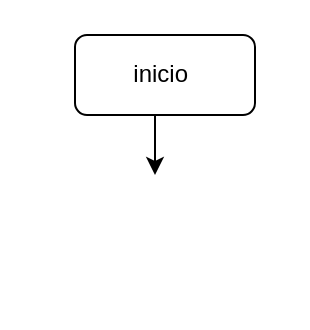
Before: Untitled Diagram.drawio in edgarcaballeroh/clase2, a draw.io diagram. Source tidied: cells renumbered, new cells numbered last; positions are measured from the earlier drawing's top-left corner, leaving out a move shared by most shapes. Both pictures are drawn from the tidied source at 200%, with x=0, y=0 at pixel (74, 34).
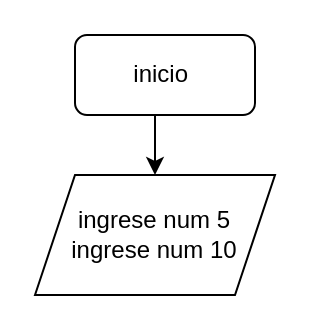
After the change.

Change to the diagram source:
```diff
@@
 <mxGraphModel>
   <root>
     <mxCell id="0" />
     <mxCell id="1" parent="0" />
     <mxCell id="2" value="inicio&amp;nbsp;" style="rounded=1;whiteSpace=wrap;html=1;" parent="1" vertex="1">
       <mxGeometry width="90" height="40" as="geometry" />
     </mxCell>
     <mxCell id="3" style="endArrow=classic;html=1;" parent="1" edge="1">
       <mxGeometry relative="1" as="geometry">
         <mxPoint x="40" y="40" as="sourcePoint" />
         <mxPoint x="40" y="70" as="targetPoint" />
       </mxGeometry>
     </mxCell>
+    <mxCell id="4" value="ingrese num 5&lt;br&gt;ingrese num 10" style="shape=parallelogram;perimeter=parallelogramPerimeter;whiteSpace=wrap;html=1;fixedSize=1;" parent="1" vertex="1">
+      <mxGeometry x="-20" y="70" width="120" height="60" as="geometry" />
+    </mxCell>
   </root>
 </mxGraphModel>
```
